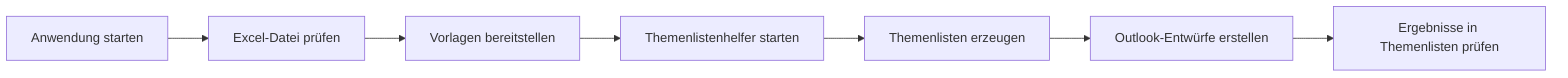
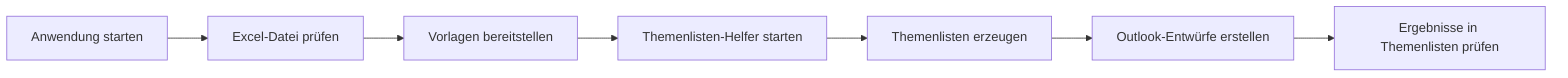
flowchart LR
    A[Anwendung starten] --> B[Excel-Datei prüfen]
    B --> C[Vorlagen bereitstellen]
-     C --> D[Themenlistenhelfer starten]
+     C --> D[Themenlisten-Helfer starten]
    D --> E[Themenlisten erzeugen]
    E --> F[Outlook-Entwürfe erstellen]
    F --> G[Ergebnisse in Themenlisten prüfen]
